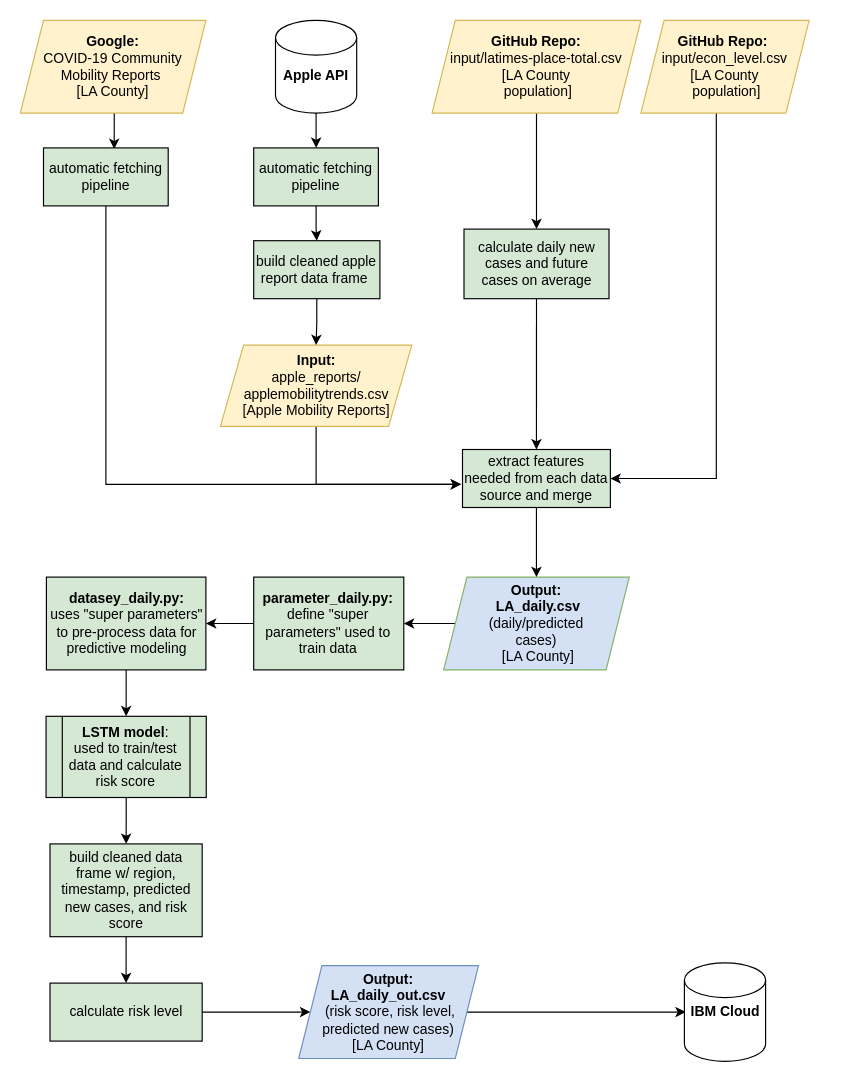
This is Risk-Score-UMich-Workflow.drawio from skasralikar/Risk-Score-1-UMichZJU, a draw.io file, before an edit. Source tidied: cells renumbered, new cells numbered last; positions are measured from the earlier drawing's top-left corner, leaving out a move shared by most shapes. Both pictures are drawn from the tidied source at 116%, with x=0, y=0 at pixel (20, 20).
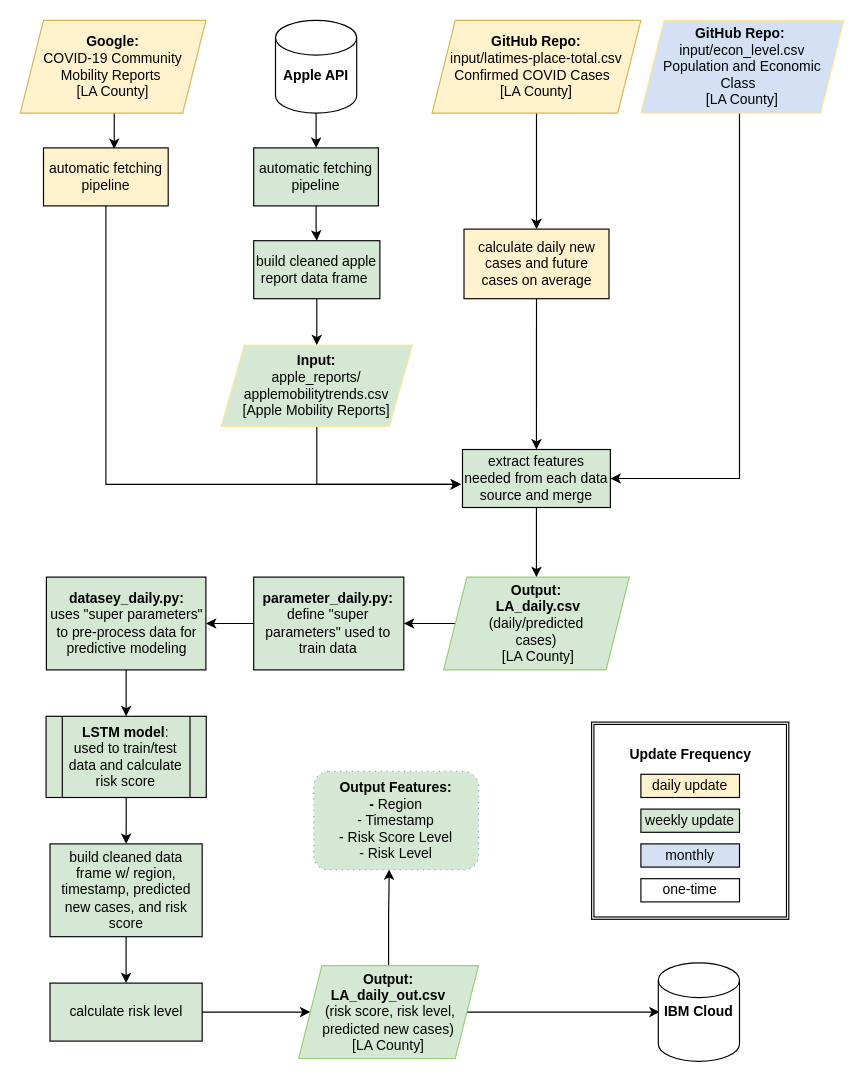
After the change.

The change refers to these unchanged cells:
```xml
<mxCell id="18" value="extract features needed from each data source and merge" style="rounded=0;whiteSpace=wrap;html=1;fillColor=#D5E8D4;" parent="1" vertex="1">
  <mxGeometry x="381.2" y="370" width="127.5" height="50" as="geometry" />
</mxCell>
```

Change to the diagram source:
```diff
@@
     <mxCell id="2" style="edgeStyle=orthogonalEdgeStyle;rounded=0;jettySize=auto;html=1;entryX=1;entryY=0.5;entryDx=0;entryDy=0;" parent="1" edge="1" source="3" target="18">
       <mxGeometry relative="1" as="geometry">
         <Array as="points">
-          <mxPoint x="600" y="395" />
+          <mxPoint x="620" y="395" />
         </Array>
       </mxGeometry>
     </mxCell>
-    <mxCell id="3" value="&lt;b&gt;GitHub Repo:&lt;/b&gt;&amp;nbsp;&lt;br&gt;input/econ_level.csv &lt;br&gt;[LA County&lt;br&gt;&amp;nbsp;population]" style="shape=parallelogram;perimeter=parallelogramPerimeter;whiteSpace=wrap;html=1;fixedSize=1;fillColor=#fff2cc;strokeColor=#d6b656;" parent="1" vertex="1">
-      <mxGeometry x="535" width="145" height="80" as="geometry" />
+    <mxCell id="3" value="&lt;b&gt;GitHub Repo:&lt;/b&gt;&amp;nbsp;&lt;br&gt;input/econ_level.csv&lt;br&gt;Population and Economic Class&amp;nbsp;&amp;nbsp;&lt;br&gt;[LA County]" style="shape=parallelogram;perimeter=parallelogramPerimeter;whiteSpace=wrap;html=1;fixedSize=1;fillColor=#D4E1F5;strokeColor=#FFE599;" parent="1" vertex="1">
+      <mxGeometry x="535" width="175" height="80" as="geometry" />
     </mxCell>
@@
-    <mxCell id="5" value="&lt;b&gt;Output:&lt;br&gt;&amp;nbsp;LA_daily.csv &lt;br&gt;&lt;/b&gt;(daily/predicted &lt;br&gt;cases)&lt;br&gt;&amp;nbsp;[LA County]" style="shape=parallelogram;perimeter=parallelogramPerimeter;whiteSpace=wrap;html=1;fixedSize=1;fillColor=#D4E1F5;strokeColor=#82b366;" parent="1" vertex="1">
+    <mxCell id="5" value="&lt;b&gt;Output:&lt;br&gt;&amp;nbsp;LA_daily.csv &lt;br&gt;&lt;/b&gt;(daily/predicted &lt;br&gt;cases)&lt;br&gt;&amp;nbsp;[LA County]" style="shape=parallelogram;perimeter=parallelogramPerimeter;whiteSpace=wrap;html=1;fixedSize=1;fillColor=#D5E8D4;strokeColor=#97D077;" parent="1" vertex="1">
       <mxGeometry x="365" y="480" width="160" height="80" as="geometry" />
     </mxCell>
@@
+    <mxCell id="37" style="edgeStyle=orthogonalEdgeStyle;rounded=0;jettySize=auto;html=1;exitX=0.5;exitY=0;exitDx=0;exitDy=0;entryX=0.458;entryY=0.994;entryDx=0;entryDy=0;entryPerimeter=0;" parent="1" edge="1" source="7" target="43">
+      <mxGeometry relative="1" as="geometry" />
+    </mxCell>
-    <mxCell id="7" value="&lt;b&gt;Output:&lt;br&gt;LA_daily_out.csv&lt;br&gt;&lt;/b&gt;&amp;nbsp;(risk score, risk level, predicted new cases)&lt;br&gt;[LA County]" style="shape=parallelogram;perimeter=parallelogramPerimeter;whiteSpace=wrap;html=1;fixedSize=1;fillColor=#D4E1F5;strokeColor=#6c8ebf;" parent="1" vertex="1">
+    <mxCell id="7" value="&lt;b&gt;Output:&lt;br&gt;LA_daily_out.csv&lt;br&gt;&lt;/b&gt;&amp;nbsp;(risk score, risk level, predicted new cases)&lt;br&gt;[LA County]" style="shape=parallelogram;perimeter=parallelogramPerimeter;whiteSpace=wrap;html=1;fixedSize=1;fillColor=#D5E8D4;strokeColor=#97D077;" parent="1" vertex="1">
       <mxGeometry x="240" y="815" width="155" height="80" as="geometry" />
     </mxCell>
     <mxCell id="8" value="&lt;b&gt;IBM Cloud&lt;/b&gt;" style="shape=cylinder2;whiteSpace=wrap;html=1;boundedLbl=1;backgroundOutline=1;size=15;fillColor=#FFFFFF;" parent="1" vertex="1">
-      <mxGeometry x="572.5" y="812.5" width="70" height="85" as="geometry" />
+      <mxGeometry x="550" y="812.5" width="70" height="85" as="geometry" />
     </mxCell>
@@
-    <mxCell id="10" value="&lt;b&gt;GitHub Repo: &lt;br&gt;&lt;/b&gt;input/latimes-place-total.csv &lt;br&gt;[LA County&lt;br&gt;&amp;nbsp;population]" style="shape=parallelogram;perimeter=parallelogramPerimeter;whiteSpace=wrap;html=1;fixedSize=1;fillColor=#fff2cc;strokeColor=#d6b656;" parent="1" vertex="1">
+    <mxCell id="10" value="&lt;b&gt;GitHub Repo: &lt;br&gt;&lt;/b&gt;input/latimes-place-total.csv&lt;br&gt;Confirmed COVID Cases&amp;nbsp;&amp;nbsp;&lt;br&gt;[LA County]" style="shape=parallelogram;perimeter=parallelogramPerimeter;whiteSpace=wrap;html=1;fixedSize=1;fillColor=#FFF2CC;strokeColor=#d6b656;" parent="1" vertex="1">
       <mxGeometry x="355" width="180" height="80" as="geometry" />
     </mxCell>
@@
-    <mxCell id="14" value="&lt;b&gt;Input:&lt;br&gt;&lt;/b&gt;apple_reports/ applemobilitytrends.csv&lt;br&gt;[Apple Mobility Reports]" style="shape=parallelogram;perimeter=parallelogramPerimeter;whiteSpace=wrap;html=1;fixedSize=1;fillColor=#fff2cc;strokeColor=#d6b656;" parent="1" vertex="1">
-      <mxGeometry x="172.5" y="280" width="165" height="70" as="geometry" />
+    <mxCell id="14" value="&lt;b&gt;Input:&lt;br&gt;&lt;/b&gt;apple_reports/ applemobilitytrends.csv&lt;br&gt;[Apple Mobility Reports]" style="shape=parallelogram;perimeter=parallelogramPerimeter;whiteSpace=wrap;html=1;fixedSize=1;fillColor=#D5E8D4;strokeColor=#FFE599;" parent="1" vertex="1">
+      <mxGeometry x="173.1" y="280" width="165" height="70" as="geometry" />
     </mxCell>
@@
-    <mxCell id="16" value="calculate daily new cases and future cases on average" style="rounded=0;whiteSpace=wrap;html=1;fillColor=#D5E8D4;" parent="1" vertex="1">
+    <mxCell id="16" value="calculate daily new cases and future cases on average" style="rounded=0;whiteSpace=wrap;html=1;fillColor=#FFF2CC;" parent="1" vertex="1">
       <mxGeometry x="382.5" y="180" width="125" height="60" as="geometry" />
     </mxCell>
@@
-    <mxCell id="22" value="automatic fetching pipeline" style="rounded=0;whiteSpace=wrap;html=1;fillColor=#D5E8D4;" parent="1" vertex="1">
+    <mxCell id="22" value="automatic fetching pipeline" style="rounded=0;whiteSpace=wrap;html=1;fillColor=#FFF2CC;" parent="1" vertex="1">
       <mxGeometry x="20" y="110" width="107.5" height="50" as="geometry" />
     </mxCell>
@@
+    <mxCell id="38" value="&lt;b&gt;Update Frequency&lt;br&gt;&lt;/b&gt;&lt;br&gt;&lt;br&gt;&lt;br&gt;&lt;br&gt;&lt;br&gt;&lt;br&gt;&lt;br&gt;&lt;br&gt;" style="shape=ext;double=1;whiteSpace=wrap;html=1;" parent="1" vertex="1">
+      <mxGeometry x="492.5" y="605" width="170" height="170" as="geometry" />
+    </mxCell>
+    <mxCell id="39" value="daily update" style="rounded=0;whiteSpace=wrap;html=1;fillColor=#FFF2CC;" parent="1" vertex="1">
+      <mxGeometry x="535" y="650" width="85" height="20" as="geometry" />
+    </mxCell>
+    <mxCell id="40" value="weekly update" style="rounded=0;whiteSpace=wrap;html=1;fillColor=#D5E8D4;" parent="1" vertex="1">
+      <mxGeometry x="535" y="680" width="85" height="20" as="geometry" />
+    </mxCell>
+    <mxCell id="41" value="monthly" style="rounded=0;whiteSpace=wrap;html=1;fillColor=#D4E1F5;" parent="1" vertex="1">
+      <mxGeometry x="535" y="710" width="85" height="20" as="geometry" />
+    </mxCell>
+    <mxCell id="42" value="one-time" style="rounded=0;whiteSpace=wrap;html=1;" parent="1" vertex="1">
+      <mxGeometry x="535" y="740" width="85" height="20" as="geometry" />
+    </mxCell>
+    <mxCell id="43" value="&lt;b&gt;Output Features:&lt;br&gt;- &lt;/b&gt;Region&lt;br&gt;- Timestamp&lt;br&gt;- Risk Score Level&lt;br&gt;- Risk Level&lt;br&gt;" style="shape=ext;rounded=1;html=1;whiteSpace=wrap;dashed=1;dashPattern=1 4;strokeColor=#7EA6E0;fillColor=#D5E8D4;" parent="1" vertex="1">
+      <mxGeometry x="253" y="647.5" width="142" height="85" as="geometry" />
+    </mxCell>
```
